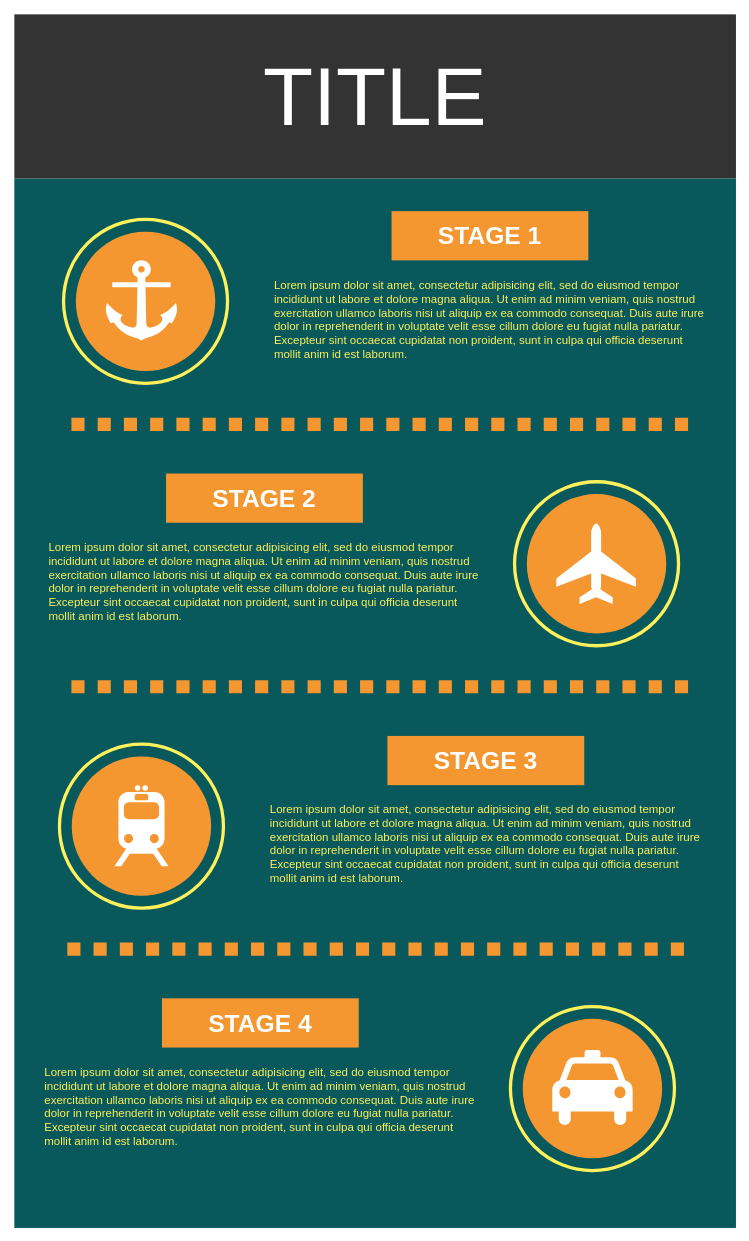
optimiztik/DevOps_Documents keeps this draw.io diagram as Untitled Diagram.drawio. Above is the earlier version. Source tidied: cells renumbered, new cells numbered last; positions are measured from the earlier drawing's top-left corner, leaving out a move shared by most shapes. Both pictures are drawn from the tidied source at 82%, with x=0, y=0 at pixel (14, 14).
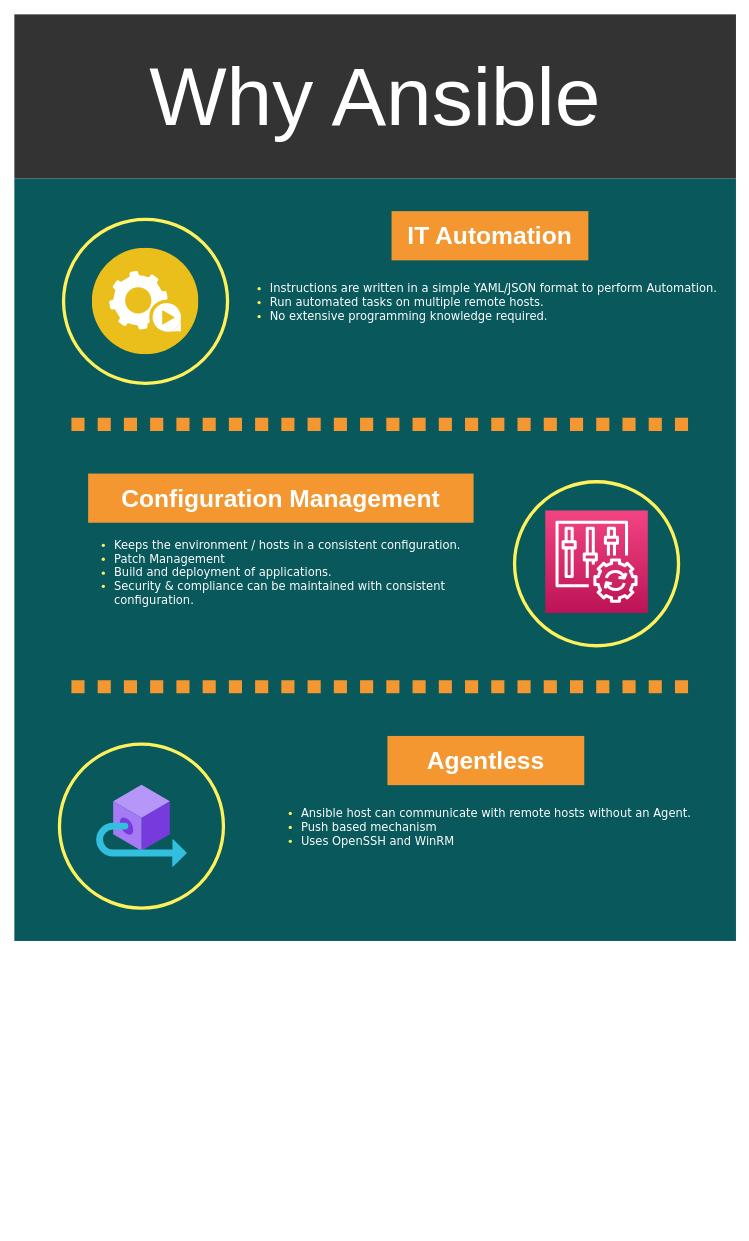
Above is the later version.

What changed in the source:
```diff
@@
-    <mxCell id="2" style="whiteSpace=wrap;html=1;rounded=0;shadow=0;dashed=0;strokeColor=none;strokeWidth=4;fillColor=#08585C;gradientColor=none;fontFamily=Helvetica;fontSize=100;fontColor=#FFFFFF;align=center;" parent="1" vertex="1">
-      <mxGeometry y="200" width="880" height="1280" as="geometry" />
+    <mxCell id="2" value="&lt;br&gt;&lt;br&gt;" style="whiteSpace=wrap;html=1;rounded=0;shadow=0;dashed=0;strokeColor=none;strokeWidth=4;fillColor=#08585C;gradientColor=none;fontFamily=Helvetica;fontSize=100;fontColor=#FFFFFF;align=center;" parent="1" vertex="1">
+      <mxGeometry y="200" width="880" height="930" as="geometry" />
     </mxCell>
-    <mxCell id="3" value="TITLE" style="whiteSpace=wrap;html=1;rounded=0;shadow=0;dashed=0;strokeColor=none;strokeWidth=4;fillColor=#333333;gradientColor=none;fontFamily=Helvetica;fontSize=100;fontColor=#FFFFFF;align=center;" parent="1" vertex="1">
+    <mxCell id="3" value="Why Ansible" style="whiteSpace=wrap;html=1;rounded=0;shadow=0;dashed=0;strokeColor=none;strokeWidth=4;fillColor=#333333;gradientColor=none;fontFamily=Helvetica;fontSize=100;fontColor=#FFFFFF;align=center;" parent="1" vertex="1">
       <mxGeometry width="880" height="200" as="geometry" />
     </mxCell>
@@
-    <mxCell id="5" style="ellipse;whiteSpace=wrap;html=1;rounded=0;shadow=0;dashed=0;strokeColor=none;strokeWidth=4;fillColor=#F49731;gradientColor=none;fontFamily=Helvetica;fontSize=100;fontColor=#FFFFFF;align=center;" parent="1" vertex="1">
-      <mxGeometry x="75" y="265" width="170" height="170" as="geometry" />
-    </mxCell>
@@
-    <mxCell id="7" value="STAGE 1" style="whiteSpace=wrap;html=1;rounded=0;shadow=0;dashed=0;strokeColor=none;strokeWidth=4;fillColor=#F49731;gradientColor=none;fontFamily=Helvetica;fontSize=30;fontColor=#FFFFFF;align=center;fontStyle=1;" parent="1" vertex="1">
+    <mxCell id="7" value="IT Automation" style="whiteSpace=wrap;html=1;rounded=0;shadow=0;dashed=0;strokeColor=none;strokeWidth=4;fillColor=#F49731;gradientColor=none;fontFamily=Helvetica;fontSize=30;fontColor=#FFFFFF;align=center;fontStyle=1;" parent="1" vertex="1">
       <mxGeometry x="460" y="240" width="240" height="60" as="geometry" />
     </mxCell>
-    <mxCell id="8" value="Lorem ipsum dolor sit amet, consectetur adipisicing elit, sed do eiusmod tempor incididunt ut labore et dolore magna aliqua. Ut enim ad minim veniam, quis nostrud exercitation ullamco laboris nisi ut aliquip ex ea commodo consequat. Duis aute irure dolor in reprehenderit in voluptate velit esse cillum dolore eu fugiat nulla pariatur. Excepteur sint occaecat cupidatat non proident, sunt in culpa qui officia deserunt mollit anim id est laborum." style="text;spacingTop=-5;fillColor=#ffffff;whiteSpace=wrap;html=1;align=left;fontSize=14;fontFamily=Helvetica;fillColor=none;strokeColor=none;rounded=0;shadow=0;dashed=0;fontColor=#FEF15B;" parent="1" vertex="1">
-      <mxGeometry x="315" y="320" width="535" height="130" as="geometry" />
-    </mxCell>
@@
-    <mxCell id="10" style="ellipse;whiteSpace=wrap;html=1;rounded=0;shadow=0;dashed=0;strokeColor=none;strokeWidth=4;fillColor=#F49731;gradientColor=none;fontFamily=Helvetica;fontSize=100;fontColor=#FFFFFF;align=center;" parent="1" vertex="1">
-      <mxGeometry x="625" y="585" width="170" height="170" as="geometry" />
-    </mxCell>
@@
-    <mxCell id="12" value="STAGE 2" style="whiteSpace=wrap;html=1;rounded=0;shadow=0;dashed=0;strokeColor=none;strokeWidth=4;fillColor=#F49731;gradientColor=none;fontFamily=Helvetica;fontSize=30;fontColor=#FFFFFF;align=center;fontStyle=1;" parent="1" vertex="1">
-      <mxGeometry x="185" y="560" width="240" height="60" as="geometry" />
+    <mxCell id="12" value="Configuration Management" style="whiteSpace=wrap;html=1;rounded=0;shadow=0;dashed=0;strokeColor=none;strokeWidth=4;fillColor=#F49731;gradientColor=none;fontFamily=Helvetica;fontSize=30;fontColor=#FFFFFF;align=center;fontStyle=1;" parent="1" vertex="1">
+      <mxGeometry x="90" y="560" width="470" height="60" as="geometry" />
     </mxCell>
-    <mxCell id="13" value="Lorem ipsum dolor sit amet, consectetur adipisicing elit, sed do eiusmod tempor incididunt ut labore et dolore magna aliqua. Ut enim ad minim veniam, quis nostrud exercitation ullamco laboris nisi ut aliquip ex ea commodo consequat. Duis aute irure dolor in reprehenderit in voluptate velit esse cillum dolore eu fugiat nulla pariatur. Excepteur sint occaecat cupidatat non proident, sunt in culpa qui officia deserunt mollit anim id est laborum." style="text;spacingTop=-5;fillColor=#ffffff;whiteSpace=wrap;html=1;align=left;fontSize=14;fontFamily=Helvetica;fillColor=none;strokeColor=none;rounded=0;shadow=0;dashed=0;fontColor=#FEF15B;" parent="1" vertex="1">
-      <mxGeometry x="40" y="640" width="535" height="130" as="geometry" />
+    <mxCell id="13" value="&lt;ul&gt;&lt;li&gt;&lt;font color=&quot;#ffffff&quot;&gt;Instructions are written in a simple YAML/JSON format to perform Automation.&lt;/font&gt;&lt;/li&gt;&lt;li&gt;&lt;font color=&quot;#ffffff&quot;&gt;Run automated tasks on multiple remote hosts.&lt;/font&gt;&lt;/li&gt;&lt;li&gt;&lt;font color=&quot;#ffffff&quot;&gt;No extensive programming knowledge required.&lt;/font&gt;&lt;/li&gt;&lt;/ul&gt;" style="text;spacingTop=-5;fillColor=#ffffff;whiteSpace=wrap;html=1;align=left;fontSize=14;fontFamily=Verdana;fillColor=none;strokeColor=none;rounded=0;shadow=0;dashed=0;fontColor=#FEF15B;" parent="1" vertex="1">
+      <mxGeometry x="270" y="310" width="600" height="80" as="geometry" />
     </mxCell>
@@
-    <mxCell id="15" style="ellipse;whiteSpace=wrap;html=1;rounded=0;shadow=0;dashed=0;strokeColor=none;strokeWidth=4;fillColor=#F49731;gradientColor=none;fontFamily=Helvetica;fontSize=100;fontColor=#FFFFFF;align=center;" parent="1" vertex="1">
-      <mxGeometry x="70" y="905" width="170" height="170" as="geometry" />
-    </mxCell>
-    <mxCell id="16" style="endArrow=none;html=1;dashed=1;dashPattern=1 1;labelBackgroundColor=none;strokeColor=#F49731;fontFamily=Helvetica;fontSize=100;fontColor=#FFFFFF;strokeWidth=16;" parent="1" edge="1">
-      <mxGeometry relative="1" as="geometry">
-        <mxPoint x="64.6" y="1140" as="sourcePoint" />
-        <mxPoint x="824" y="1140" as="targetPoint" />
-      </mxGeometry>
-    </mxCell>
-    <mxCell id="17" value="STAGE 3" style="whiteSpace=wrap;html=1;rounded=0;shadow=0;dashed=0;strokeColor=none;strokeWidth=4;fillColor=#F49731;gradientColor=none;fontFamily=Helvetica;fontSize=30;fontColor=#FFFFFF;align=center;fontStyle=1;" parent="1" vertex="1">
+    <mxCell id="17" value="Agentless" style="whiteSpace=wrap;html=1;rounded=0;shadow=0;dashed=0;strokeColor=none;strokeWidth=4;fillColor=#F49731;gradientColor=none;fontFamily=Helvetica;fontSize=30;fontColor=#FFFFFF;align=center;fontStyle=1;" parent="1" vertex="1">
       <mxGeometry x="455" y="880" width="240" height="60" as="geometry" />
     </mxCell>
-    <mxCell id="18" value="Lorem ipsum dolor sit amet, consectetur adipisicing elit, sed do eiusmod tempor incididunt ut labore et dolore magna aliqua. Ut enim ad minim veniam, quis nostrud exercitation ullamco laboris nisi ut aliquip ex ea commodo consequat. Duis aute irure dolor in reprehenderit in voluptate velit esse cillum dolore eu fugiat nulla pariatur. Excepteur sint occaecat cupidatat non proident, sunt in culpa qui officia deserunt mollit anim id est laborum." style="text;spacingTop=-5;fillColor=#ffffff;whiteSpace=wrap;html=1;align=left;fontSize=14;fontFamily=Helvetica;fillColor=none;strokeColor=none;rounded=0;shadow=0;dashed=0;fontColor=#FEF15B;" parent="1" vertex="1">
-      <mxGeometry x="310" y="960" width="535" height="130" as="geometry" />
-    </mxCell>
-    <mxCell id="19" style="ellipse;whiteSpace=wrap;html=1;rounded=0;shadow=0;dashed=0;strokeColor=#FEF15B;strokeWidth=4;fillColor=none;gradientColor=none;fontFamily=Helvetica;fontSize=100;fontColor=#FFFFFF;align=center;" parent="1" vertex="1">
-      <mxGeometry x="605" y="1210" width="200" height="200" as="geometry" />
-    </mxCell>
-    <mxCell id="20" style="ellipse;whiteSpace=wrap;html=1;rounded=0;shadow=0;dashed=0;strokeColor=none;strokeWidth=4;fillColor=#F49731;gradientColor=none;fontFamily=Helvetica;fontSize=100;fontColor=#FFFFFF;align=center;" parent="1" vertex="1">
-      <mxGeometry x="620" y="1225" width="170" height="170" as="geometry" />
-    </mxCell>
-    <mxCell id="21" value="STAGE 4" style="whiteSpace=wrap;html=1;rounded=0;shadow=0;dashed=0;strokeColor=none;strokeWidth=4;fillColor=#F49731;gradientColor=none;fontFamily=Helvetica;fontSize=30;fontColor=#FFFFFF;align=center;fontStyle=1;" parent="1" vertex="1">
-      <mxGeometry x="180" y="1200" width="240" height="60" as="geometry" />
-    </mxCell>
-    <mxCell id="22" value="Lorem ipsum dolor sit amet, consectetur adipisicing elit, sed do eiusmod tempor incididunt ut labore et dolore magna aliqua. Ut enim ad minim veniam, quis nostrud exercitation ullamco laboris nisi ut aliquip ex ea commodo consequat. Duis aute irure dolor in reprehenderit in voluptate velit esse cillum dolore eu fugiat nulla pariatur. Excepteur sint occaecat cupidatat non proident, sunt in culpa qui officia deserunt mollit anim id est laborum." style="text;spacingTop=-5;fillColor=#ffffff;whiteSpace=wrap;html=1;align=left;fontSize=14;fontFamily=Helvetica;fillColor=none;strokeColor=none;rounded=0;shadow=0;dashed=0;fontColor=#FEF15B;" parent="1" vertex="1">
-      <mxGeometry x="35" y="1280" width="535" height="130" as="geometry" />
-    </mxCell>
-    <mxCell id="23" style="shape=mxgraph.signs.transportation.anchor_2;html=1;fillColor=#FFFFFF;strokeColor=none;verticalLabelPosition=bottom;verticalAlign=top;align=center;rounded=0;shadow=0;dashed=0;fontFamily=Helvetica;fontSize=14;fontColor=#FEF15B;" parent="1" vertex="1">
-      <mxGeometry x="108" y="300" width="94" height="98" as="geometry" />
-    </mxCell>
-    <mxCell id="24" style="shape=mxgraph.signs.transportation.airplane_3;html=1;fillColor=#FFFFFF;strokeColor=none;verticalLabelPosition=bottom;verticalAlign=top;align=center;rounded=0;shadow=0;dashed=0;fontFamily=Helvetica;fontSize=14;fontColor=#FEF15B;" parent="1" vertex="1">
-      <mxGeometry x="661" y="621" width="97" height="98" as="geometry" />
-    </mxCell>
-    <mxCell id="25" style="shape=mxgraph.signs.transportation.train_2;html=1;fillColor=#FFFFFF;strokeColor=none;verticalLabelPosition=bottom;verticalAlign=top;align=center;rounded=0;shadow=0;dashed=0;fontFamily=Helvetica;fontSize=14;fontColor=#FEF15B;" parent="1" vertex="1">
-      <mxGeometry x="122" y="940" width="66" height="99" as="geometry" />
-    </mxCell>
-    <mxCell id="26" style="shape=mxgraph.signs.transportation.taxi;html=1;fillColor=#FFFFFF;strokeColor=none;verticalLabelPosition=bottom;verticalAlign=top;align=center;rounded=0;shadow=0;dashed=0;fontFamily=Helvetica;fontSize=14;fontColor=#FEF15B;" parent="1" vertex="1">
-      <mxGeometry x="656" y="1263" width="98" height="94" as="geometry" />
-    </mxCell>
+    <mxCell id="27" style="perimeter=ellipsePerimeter;html=1;align=center;shadow=0;dashed=0;fontColor=#4277BB;labelBackgroundColor=#ffffff;fontSize=12;spacingTop=3;image;image=img/lib/ibm/applications/automation_tools.svg;" parent="1" vertex="1">
+      <mxGeometry x="95" y="285" width="130" height="130" as="geometry" />
+    </mxCell>
+    <mxCell id="28" value="&lt;ul&gt;&lt;li&gt;&lt;font color=&quot;#ffffff&quot;&gt;Keeps the environment / hosts in a consistent configuration.&lt;/font&gt;&lt;/li&gt;&lt;li&gt;&lt;font color=&quot;#ffffff&quot;&gt;Patch Management&lt;/font&gt;&lt;/li&gt;&lt;li&gt;&lt;font color=&quot;#ffffff&quot;&gt;Build and deployment of applications.&lt;/font&gt;&lt;/li&gt;&lt;li&gt;&lt;font color=&quot;#ffffff&quot;&gt;Security &amp;amp; compliance can be maintained with consistent configuration.&lt;/font&gt;&lt;/li&gt;&lt;/ul&gt;" style="text;spacingTop=-5;fillColor=#ffffff;whiteSpace=wrap;html=1;align=left;fontSize=14;fontFamily=Verdana;fillColor=none;strokeColor=none;rounded=0;shadow=0;dashed=0;fontColor=#FEF15B;" parent="1" vertex="1">
+      <mxGeometry x="80" y="622.5" width="540" height="95" as="geometry" />
+    </mxCell>
+    <mxCell id="29" style="fontColor=#232F3E;gradientColor=#F34482;gradientDirection=north;fillColor=#BC1356;strokeColor=#ffffff;dashed=0;verticalLabelPosition=bottom;verticalAlign=top;align=center;html=1;fontSize=12;fontStyle=0;shape=mxgraph.aws4.resourceIcon;resIcon=mxgraph.aws4.config;" parent="1" vertex="1">
+      <mxGeometry x="647.5" y="605" width="125" height="125" as="geometry" />
+    </mxCell>
+    <mxCell id="30" value="&lt;ul&gt;&lt;li&gt;&lt;font color=&quot;#ffffff&quot;&gt;Ansible host can communicate with remote hosts without an Agent.&lt;/font&gt;&lt;/li&gt;&lt;li&gt;&lt;font color=&quot;#ffffff&quot;&gt;Push based mechanism&lt;/font&gt;&lt;/li&gt;&lt;li&gt;&lt;font color=&quot;#ffffff&quot;&gt;Uses OpenSSH and WinRM&lt;/font&gt;&lt;/li&gt;&lt;/ul&gt;" style="text;spacingTop=-5;fillColor=#ffffff;whiteSpace=wrap;html=1;align=left;fontSize=14;fontFamily=Verdana;fillColor=none;strokeColor=none;rounded=0;shadow=0;dashed=0;fontColor=#FEF15B;" parent="1" vertex="1">
+      <mxGeometry x="307.5" y="950" width="535" height="95" as="geometry" />
+    </mxCell>
+    <mxCell id="31" style="html=1;align=center;image;fontSize=12;image=img/lib/azure2/blockchain/Outbound_Connection.svg;" parent="1" vertex="1">
+      <mxGeometry x="100" y="940" width="110.9" height="100" as="geometry" />
+    </mxCell>
+    <mxCell id="32" style="edgeStyle=orthogonalEdgeStyle;rounded=0;orthogonalLoop=1;jettySize=auto;html=1;exitX=0.5;exitY=1;exitDx=0;exitDy=0;fontFamily=Verdana;" parent="1" edge="1" source="2" target="2">
+      <mxGeometry relative="1" as="geometry" />
+    </mxCell>
+    <mxCell id="33" style="edgeStyle=orthogonalEdgeStyle;rounded=0;orthogonalLoop=1;jettySize=auto;html=1;exitX=0.5;exitY=1;exitDx=0;exitDy=0;fontFamily=Verdana;" parent="1" edge="1" source="2" target="2">
+      <mxGeometry relative="1" as="geometry" />
+    </mxCell>
```
